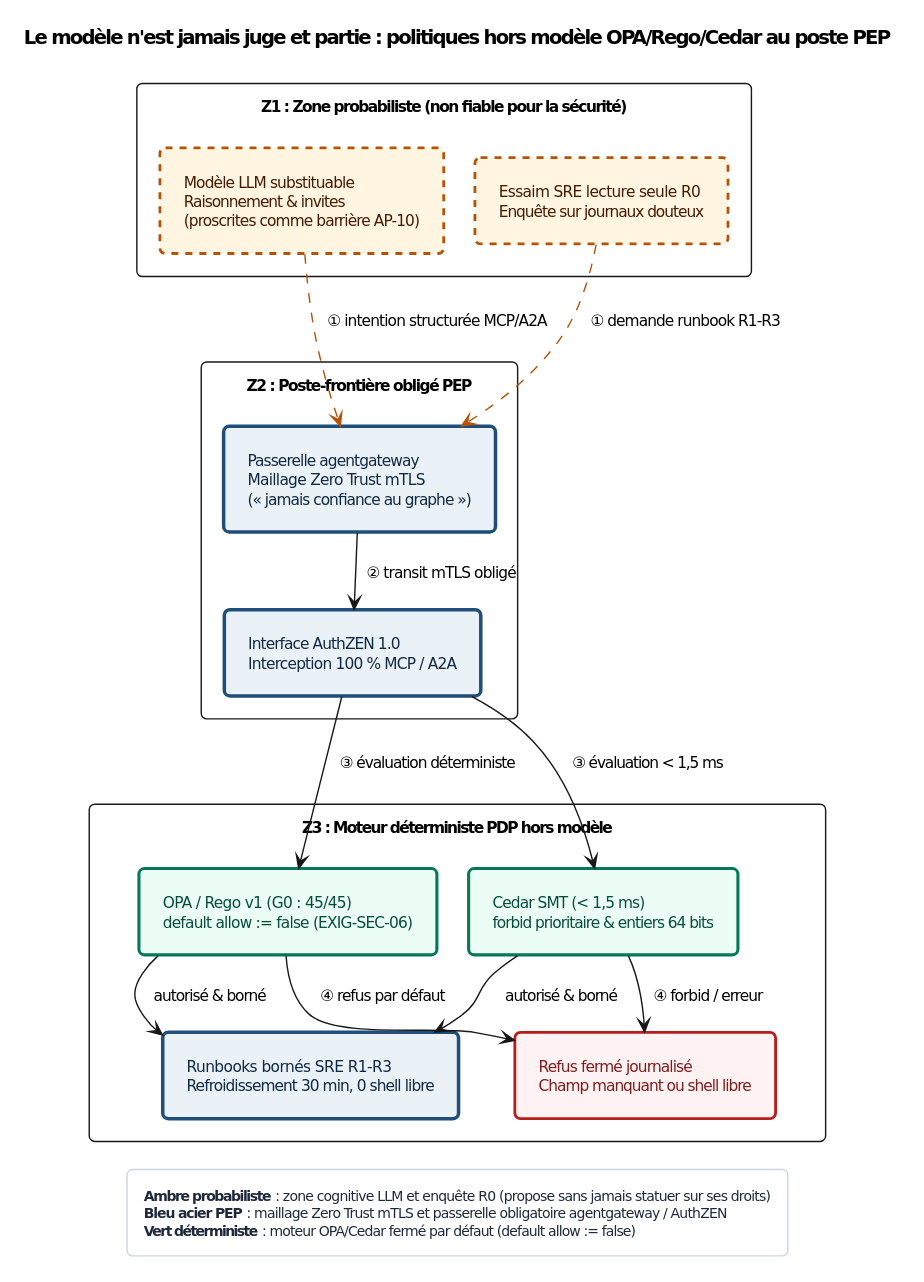
This is Compendium/ouvrage/schemas/rendus/SCH-20-01.svg from agbruneau/Agentique, a PlantUML export, as it was before one commit.
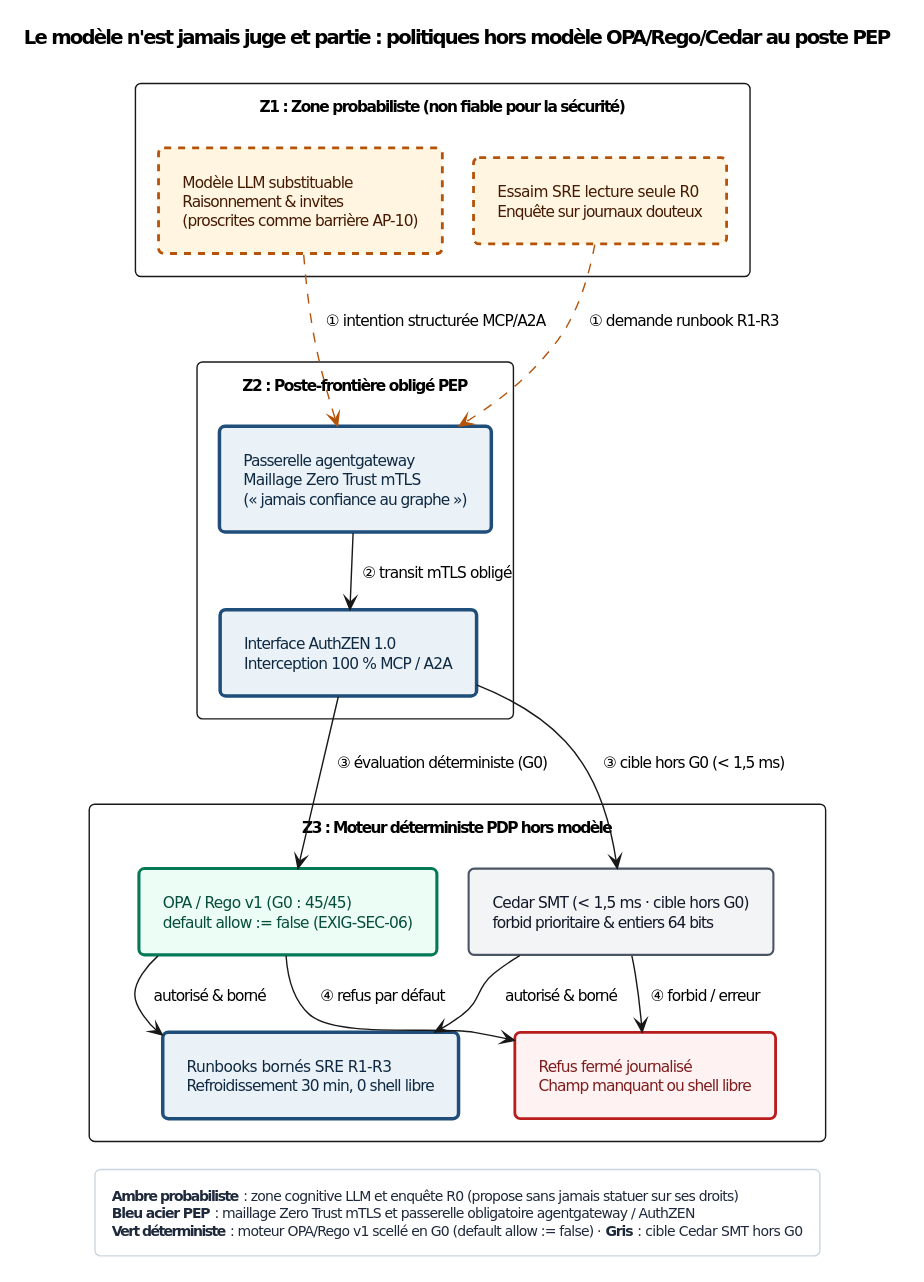
After the commit.

The edit, as a diff of the source:
```diff
@@ -69,15 +69,15 @@
 }
 package "Z3 : Moteur déterministe PDP hors modèle" {
   rectangle "OPA / Rego v1 (G0 : 45/45)\ndefault allow := false (EXIG-SEC-06)" as OPA <<ok>>
-  rectangle "Cedar SMT (< 1,5 ms)\nforbid prioritaire & entiers 64 bits" as CEDAR <<ok>>
+  rectangle "Cedar SMT (< 1,5 ms · cible hors G0)\nforbid prioritaire & entiers 64 bits" as CEDAR <<ext>>
   rectangle "Runbooks bornés SRE R1-R3\nRefroidissement 30 min, 0 shell libre" as RUNBOOK <<det>>
   rectangle "Refus fermé journalisé\nChamp manquant ou shell libre" as DENY <<danger>>
 }
 LLM .[#B45309].> PEP : ① intention structurée MCP/A2A
 SRE_R0 .[#B45309].> PEP : ① demande runbook R1-R3
 PEP --> AUTHZ : ② transit mTLS obligé
-AUTHZ --> OPA : ③ évaluation déterministe
-AUTHZ --> CEDAR : ③ évaluation < 1,5 ms
+AUTHZ --> OPA : ③ évaluation déterministe (G0)
+AUTHZ --> CEDAR : ③ cible hors G0 (< 1,5 ms)
 OPA --> RUNBOOK : autorisé & borné
 CEDAR --> RUNBOOK : autorisé & borné
 OPA --> DENY : ④ refus par défaut
@@ -85,6 +85,6 @@
 legend bottom
   **Ambre probabiliste** : zone cognitive LLM et enquête R0 (propose sans jamais statuer sur ses droits)
   **Bleu acier PEP** : maillage Zero Trust mTLS et passerelle obligatoire agentgateway / AuthZEN
-  **Vert déterministe** : moteur OPA/Cedar fermé par défaut (default allow := false)
+  **Vert déterministe** : moteur OPA/Rego v1 scellé en G0 (default allow := false) · **Gris** : cible Cedar SMT hors G0
 end legend
 @enduml
```
